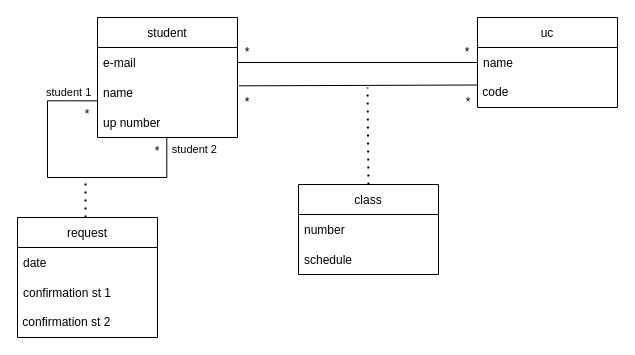
This is lib/week 2/uml.drawio from luisaraujo25/Swapping, a draw.io file, before an edit. Source tidied: cells renumbered, new cells numbered last; positions are measured from the earlier drawing's top-left corner, leaving out a move shared by most shapes. Both pictures are drawn from the tidied source at 100%, with x=0, y=0 at pixel (17, 17).
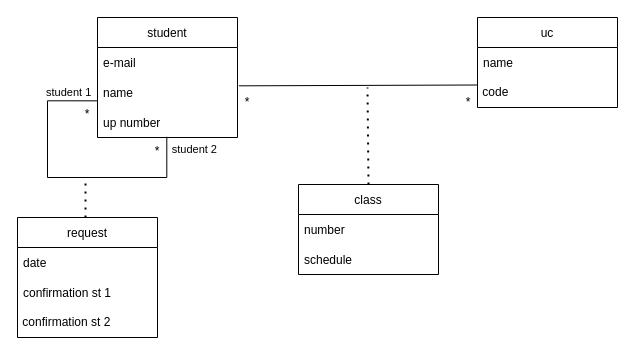
The same page after the edit.

The change refers to these unchanged cells:
```xml
<mxCell id="3" value="e-mail" style="text;strokeColor=none;fillColor=none;align=left;verticalAlign=middle;spacingLeft=4;spacingRight=4;overflow=hidden;points=[[0,0.5],[1,0.5]];portConstraint=eastwest;" parent="2" vertex="1">
  <mxGeometry y="30" width="140" height="30" as="geometry" />
</mxCell>
<mxCell id="10" value="name" style="text;strokeColor=none;fillColor=none;align=left;verticalAlign=middle;spacingLeft=4;spacingRight=4;overflow=hidden;points=[[0,0.5],[1,0.5]];portConstraint=eastwest;" parent="9" vertex="1">
  <mxGeometry y="30" width="140" height="30" as="geometry" />
</mxCell>
```

What changed in the source:
```diff
@@
-    <mxCell id="15" style="endArrow=none;html=1;rounded=0;exitX=1;exitY=0.5;exitDx=0;exitDy=0;entryX=0;entryY=0.5;entryDx=0;entryDy=0;" parent="1" edge="1" source="3" target="10">
-      <mxGeometry relative="1" as="geometry" />
-    </mxCell>
@@
-    <mxCell id="22" value="*" style="text;html=1;strokeColor=none;fillColor=none;align=center;verticalAlign=middle;whiteSpace=wrap;rounded=0;" parent="1" vertex="1">
-      <mxGeometry x="200" y="20" width="60" height="30" as="geometry" />
-    </mxCell>
-    <mxCell id="23" value="*" style="text;html=1;strokeColor=none;fillColor=none;align=center;verticalAlign=middle;whiteSpace=wrap;rounded=0;" parent="1" vertex="1">
-      <mxGeometry x="440" y="20" width="20" height="30" as="geometry" />
-    </mxCell>
```
